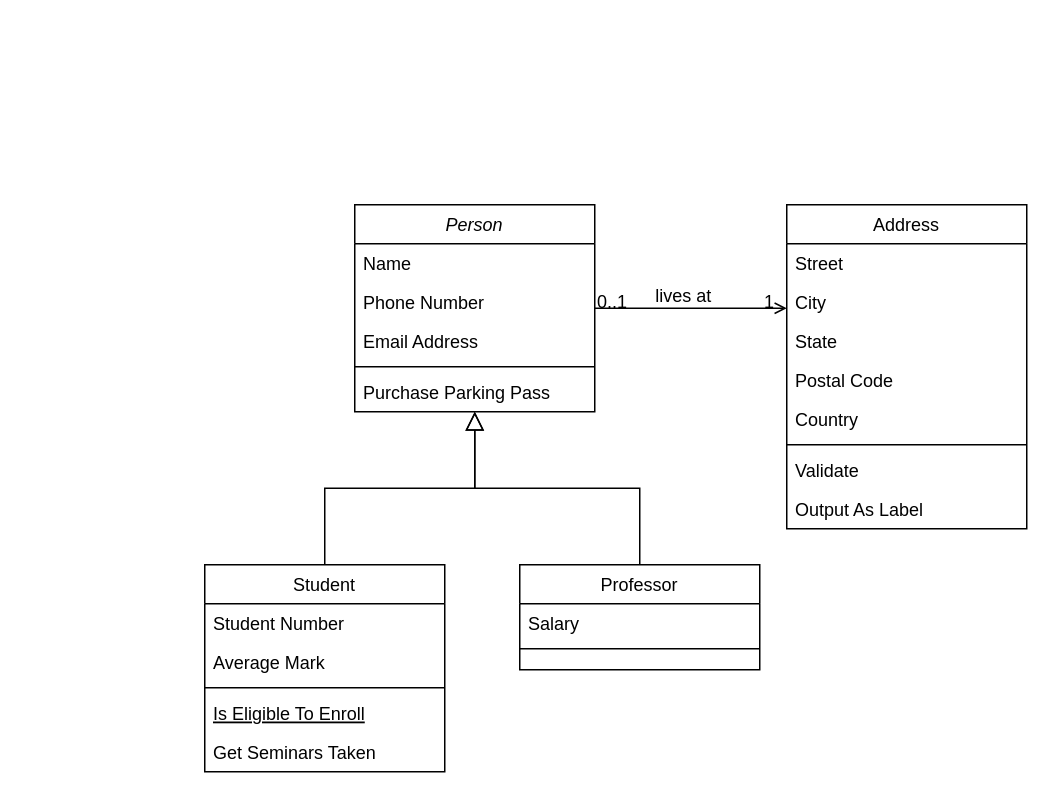
Before: Test.drawio in See1Studios/blog, a draw.io diagram. Source tidied: cells renumbered, new cells numbered last; positions are measured from the earlier drawing's top-left corner, leaving out a move shared by most shapes. Both pictures are drawn from the tidied source at 150%, with x=0, y=0 at pixel (204, 204).
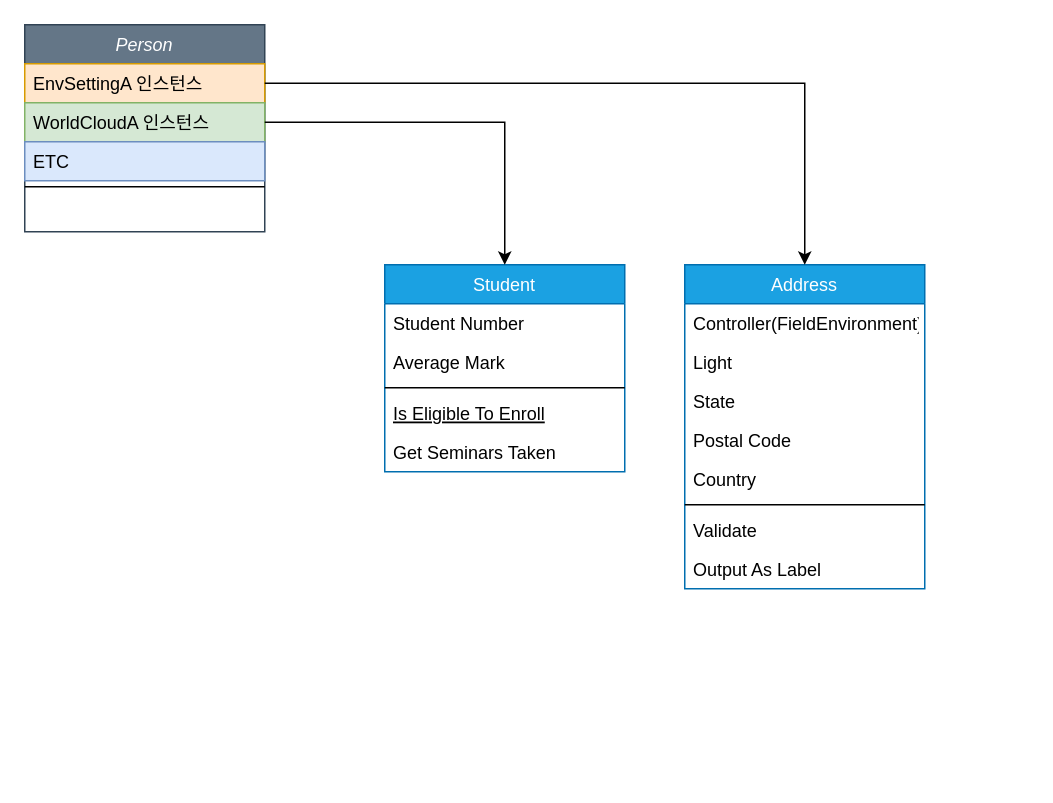
The same page after the edit.

The edit, as a diff of the source:
```diff
@@
-    <mxCell id="2" value="Person" style="swimlane;fontStyle=2;align=center;verticalAlign=top;horizontal=1;startSize=26;rounded=0;shadow=0;strokeWidth=1;" parent="1" vertex="1">
-      <mxGeometry x="100" width="160" height="138" as="geometry" />
+    <mxCell id="2" value="Person" style="swimlane;fontStyle=2;align=center;verticalAlign=top;horizontal=1;startSize=26;rounded=0;shadow=0;strokeWidth=1;fillColor=#647687;fontColor=#ffffff;strokeColor=#314354;" parent="1" vertex="1">
+      <mxGeometry x="-120" y="-120" width="160" height="138" as="geometry" />
     </mxCell>
-    <mxCell id="3" value="Name" style="text;align=left;verticalAlign=top;spacingLeft=4;spacingRight=4;overflow=hidden;points=[[0,0.5],[1,0.5]];portConstraint=eastwest;" parent="2" vertex="1">
+    <mxCell id="3" value="EnvSettingA 인스턴스" style="text;align=left;verticalAlign=top;spacingLeft=4;spacingRight=4;overflow=hidden;points=[[0,0.5],[1,0.5]];portConstraint=eastwest;fillColor=#ffe6cc;strokeColor=#d79b00;" parent="2" vertex="1">
       <mxGeometry y="26" width="160" height="26" as="geometry" />
     </mxCell>
-    <mxCell id="4" value="Phone Number" style="text;align=left;verticalAlign=top;spacingLeft=4;spacingRight=4;overflow=hidden;points=[[0,0.5],[1,0.5]];portConstraint=eastwest;rounded=0;shadow=0;html=0;" parent="2" vertex="1">
+    <mxCell id="4" value="WorldCloudA 인스턴스" style="text;align=left;verticalAlign=top;spacingLeft=4;spacingRight=4;overflow=hidden;points=[[0,0.5],[1,0.5]];portConstraint=eastwest;rounded=0;shadow=0;html=0;fillColor=#d5e8d4;strokeColor=#82b366;" parent="2" vertex="1">
       <mxGeometry y="52" width="160" height="26" as="geometry" />
     </mxCell>
-    <mxCell id="5" value="Email Address" style="text;align=left;verticalAlign=top;spacingLeft=4;spacingRight=4;overflow=hidden;rounded=0;shadow=0;html=0;" parent="2" vertex="1">
+    <mxCell id="5" value="ETC" style="text;align=left;verticalAlign=top;spacingLeft=4;spacingRight=4;overflow=hidden;rounded=0;shadow=0;html=0;fillColor=#dae8fc;strokeColor=#6c8ebf;" parent="2" vertex="1">
       <mxGeometry y="78" width="160" height="26" as="geometry" />
     </mxCell>
@@
-    <mxCell id="7" value="Purchase Parking Pass" style="text;align=left;verticalAlign=top;spacingLeft=4;spacingRight=4;overflow=hidden;" parent="2" vertex="1">
-      <mxGeometry y="112" width="160" height="26" as="geometry" />
-    </mxCell>
-    <mxCell id="8" value="Student" style="swimlane;fontStyle=0;align=center;verticalAlign=top;horizontal=1;startSize=26;rounded=0;shadow=0;strokeWidth=1;" parent="1" vertex="1">
-      <mxGeometry y="240" width="160" height="138" as="geometry" />
+    <mxCell id="8" value="Student" style="swimlane;fontStyle=0;align=center;verticalAlign=top;horizontal=1;startSize=26;rounded=0;shadow=0;strokeWidth=1;swimlaneFillColor=default;fillColor=#1ba1e2;fontColor=#ffffff;strokeColor=#006EAF;" parent="1" vertex="1">
+      <mxGeometry x="120" y="40" width="160" height="138" as="geometry" />
     </mxCell>
@@
-    <mxCell id="14" style="endArrow=block;endSize=10;endFill=0;shadow=0;strokeWidth=1;rounded=0;edgeStyle=elbowEdgeStyle;elbow=vertical;" parent="1" edge="1" source="8" target="2">
-      <mxGeometry relative="1" as="geometry" />
-    </mxCell>
-    <mxCell id="15" value="Professor" style="swimlane;fontStyle=0;align=center;verticalAlign=top;horizontal=1;startSize=26;rounded=0;shadow=0;strokeWidth=1;" parent="1" vertex="1">
-      <mxGeometry x="210" y="240" width="160" height="70" as="geometry" />
-    </mxCell>
-    <mxCell id="16" value="Salary" style="text;align=left;verticalAlign=top;spacingLeft=4;spacingRight=4;overflow=hidden;" parent="15" vertex="1">
-      <mxGeometry y="26" width="160" height="26" as="geometry" />
-    </mxCell>
-    <mxCell id="17" style="line;html=1;strokeWidth=1;align=left;verticalAlign=middle;spacingTop=-1;spacingLeft=3;spacingRight=3;labelPosition=right;" parent="15" vertex="1">
-      <mxGeometry y="52" width="160" height="8" as="geometry" />
-    </mxCell>
-    <mxCell id="18" style="endArrow=block;endSize=10;endFill=0;shadow=0;strokeWidth=1;rounded=0;edgeStyle=elbowEdgeStyle;elbow=vertical;" parent="1" edge="1" source="15" target="2">
-      <mxGeometry relative="1" as="geometry" />
-    </mxCell>
-    <mxCell id="19" value="Address" style="swimlane;fontStyle=0;align=center;verticalAlign=top;horizontal=1;startSize=26;rounded=0;shadow=0;strokeWidth=1;" parent="1" vertex="1">
-      <mxGeometry x="388" width="160" height="216" as="geometry" />
+    <mxCell id="19" value="Address" style="swimlane;fontStyle=0;align=center;verticalAlign=top;horizontal=1;startSize=26;rounded=0;shadow=0;strokeWidth=1;fillColor=#1ba1e2;fontColor=#ffffff;strokeColor=#006EAF;" parent="1" vertex="1">
+      <mxGeometry x="320" y="40" width="160" height="216" as="geometry" />
     </mxCell>
-    <mxCell id="20" value="Street" style="text;align=left;verticalAlign=top;spacingLeft=4;spacingRight=4;overflow=hidden;" parent="19" vertex="1">
+    <mxCell id="20" value="Controller(FieldEnvironment)" style="text;align=left;verticalAlign=top;spacingLeft=4;spacingRight=4;overflow=hidden;" parent="19" vertex="1">
       <mxGeometry y="26" width="160" height="26" as="geometry" />
     </mxCell>
-    <mxCell id="21" value="City" style="text;align=left;verticalAlign=top;spacingLeft=4;spacingRight=4;overflow=hidden;rounded=0;shadow=0;html=0;" parent="19" vertex="1">
+    <mxCell id="21" value="Light" style="text;align=left;verticalAlign=top;spacingLeft=4;spacingRight=4;overflow=hidden;rounded=0;shadow=0;html=0;" parent="19" vertex="1">
       <mxGeometry y="52" width="160" height="26" as="geometry" />
     </mxCell>
@@
-    <mxCell id="28" style="endArrow=open;shadow=0;strokeWidth=1;rounded=0;endFill=1;edgeStyle=elbowEdgeStyle;elbow=vertical;" parent="1" edge="1" source="2" target="19">
-      <mxGeometry x="0.5" y="41" relative="1" as="geometry">
-        <mxPoint x="-40" y="32" as="offset" />
-      </mxGeometry>
-    </mxCell>
-    <mxCell id="29" value="0..1" style="align=left;verticalAlign=bottom;labelBackgroundColor=none;fontSize=12;" parent="28" vertex="1">
-      <mxGeometry x="-1" relative="1" as="geometry">
-        <mxPoint y="4" as="offset" />
-      </mxGeometry>
-    </mxCell>
-    <mxCell id="30" value="1" style="align=right;verticalAlign=bottom;labelBackgroundColor=none;fontSize=12;" parent="28" vertex="1">
-      <mxGeometry x="1" relative="1" as="geometry">
-        <mxPoint x="-7" y="4" as="offset" />
-      </mxGeometry>
-    </mxCell>
-    <mxCell id="31" value="lives at" style="text;html=1;align=center;verticalAlign=middle;labelBackgroundColor=none;rounded=0;shadow=0;strokeWidth=1;fontSize=12;" parent="28" vertex="1">
-      <mxGeometry x="0.5" y="49" relative="1" as="geometry">
-        <mxPoint x="-38" y="40" as="offset" />
-      </mxGeometry>
-    </mxCell>
+    <mxCell id="32" style="edgeStyle=orthogonalEdgeStyle;rounded=0;jettySize=auto;html=1;entryX=0.5;entryY=0;entryDx=0;entryDy=0;" parent="1" edge="1" source="4" target="8">
+      <mxGeometry relative="1" as="geometry" />
+    </mxCell>
+    <mxCell id="33" style="edgeStyle=orthogonalEdgeStyle;rounded=0;jettySize=auto;html=1;" parent="1" edge="1" source="3" target="19">
+      <mxGeometry relative="1" as="geometry" />
+    </mxCell>
```
